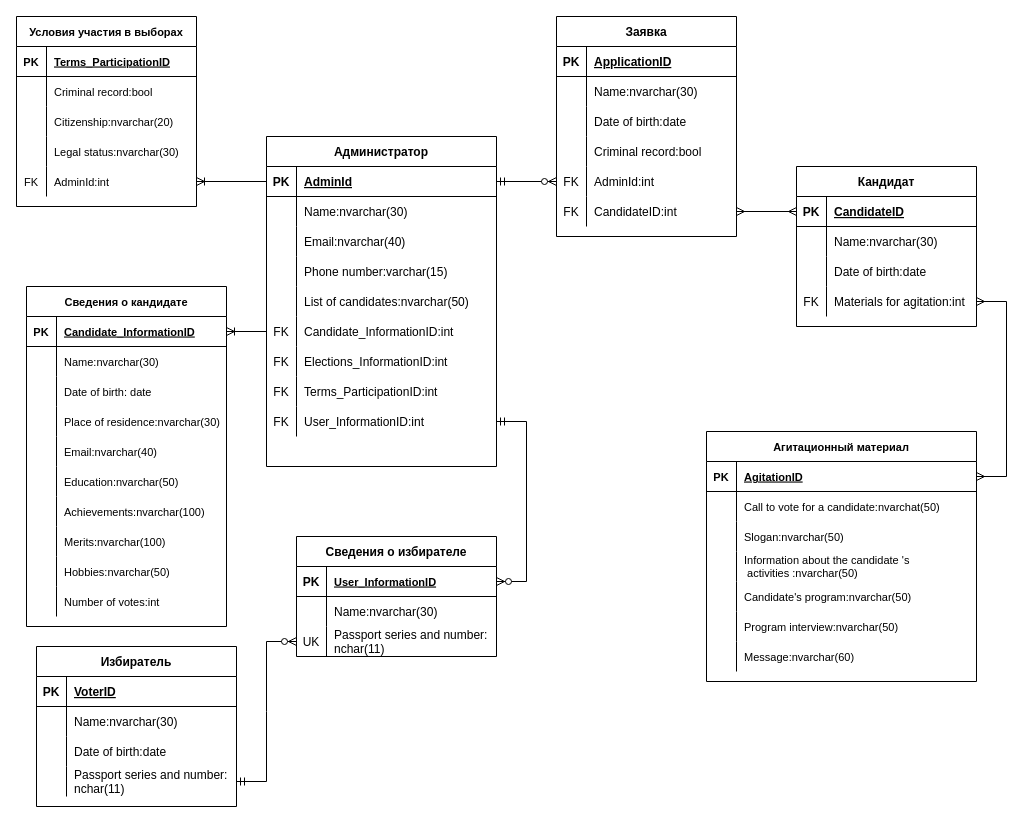
Above: ER Diagram.drawio in aleksey899/Inter.MixAN (draw.io), before the change. Source tidied: cells renumbered, new cells numbered last; positions are measured from the earlier drawing's top-left corner, leaving out a move shared by most shapes. Both pictures are drawn from the tidied source at 100%, with x=0, y=0 at pixel (16, 16).
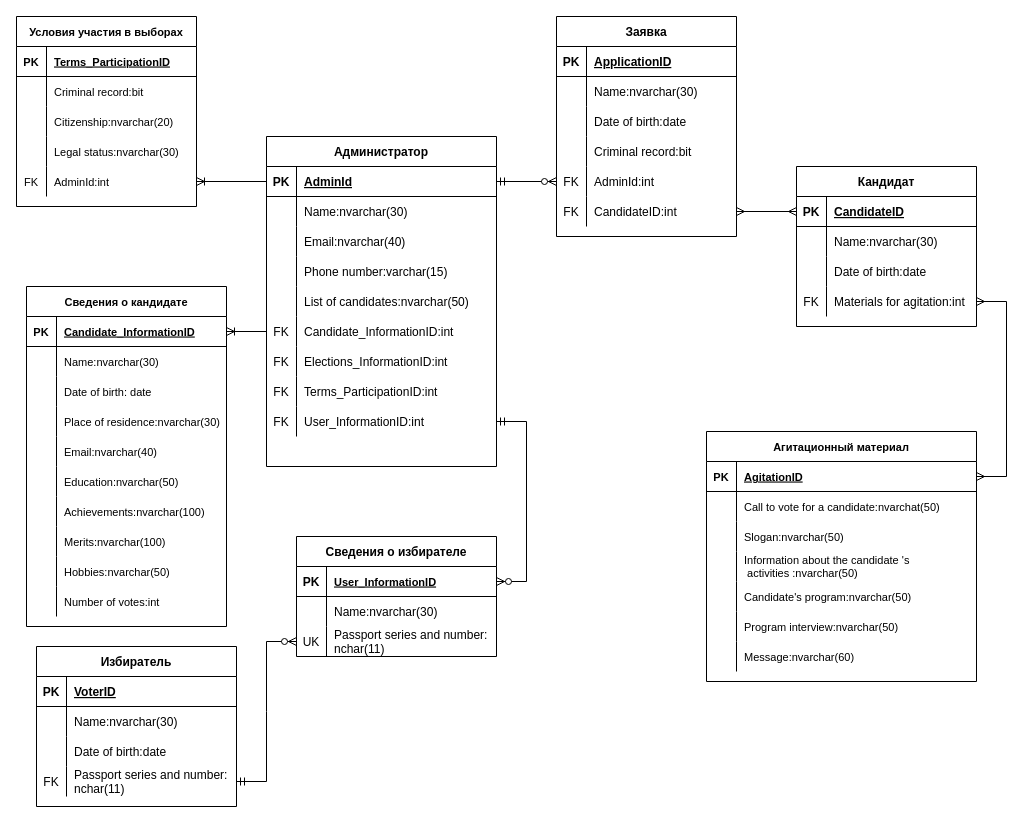
Above is the later version.

Unchanged cells that the change refers to:
```xml
<mxCell id="47" style="shape=partialRectangle;fillColor=none;top=0;left=0;bottom=0;right=0;shadow=0;sketch=0;fontSize=11;strokeWidth=1;" parent="43" vertex="1">
  <mxGeometry y="60" width="180" height="30" as="geometry" />
</mxCell>
<mxCell id="104" style="shape=partialRectangle;fillColor=none;top=0;left=0;bottom=0;right=0;points=[[0,0.5],[1,0.5]];portConstraint=eastwest;" parent="94" vertex="1">
  <mxGeometry y="120" width="200" height="30" as="geometry" />
</mxCell>
<mxCell id="147" style="shape=partialRectangle;fillColor=none;top=0;left=0;bottom=0;right=0;" parent="137" vertex="1">
  <mxGeometry y="120" width="180" height="30" as="geometry" />
</mxCell>
```

Change to the diagram source:
```diff
@@
-    <mxCell id="49" value="Criminal record:bool" style="shape=partialRectangle;fillColor=none;top=0;left=0;bottom=0;right=0;align=left;spacingLeft=6;overflow=hidden;shadow=0;sketch=0;fontSize=11;strokeWidth=1;" parent="47" vertex="1">
+    <mxCell id="49" value="Criminal record:bit" style="shape=partialRectangle;fillColor=none;top=0;left=0;bottom=0;right=0;align=left;spacingLeft=6;overflow=hidden;shadow=0;sketch=0;fontSize=11;strokeWidth=1;" parent="47" vertex="1">
       <mxGeometry x="30" width="150" height="30" as="geometry" />
     </mxCell>
@@
-    <mxCell id="105" style="shape=partialRectangle;fillColor=none;top=0;left=0;bottom=0;right=0;overflow=hidden;" parent="104" vertex="1">
+    <mxCell id="105" value="FK" style="shape=partialRectangle;fillColor=none;top=0;left=0;bottom=0;right=0;overflow=hidden;" parent="104" vertex="1">
       <mxGeometry width="30" height="30" as="geometry" />
     </mxCell>
@@
-    <mxCell id="149" value="Criminal record:bool" style="shape=partialRectangle;fillColor=none;top=0;left=0;bottom=0;right=0;align=left;spacingLeft=6;overflow=hidden;" parent="147" vertex="1">
+    <mxCell id="149" value="Criminal record:bit" style="shape=partialRectangle;fillColor=none;top=0;left=0;bottom=0;right=0;align=left;spacingLeft=6;overflow=hidden;" parent="147" vertex="1">
       <mxGeometry x="30" width="150" height="30" as="geometry" />
     </mxCell>
```
